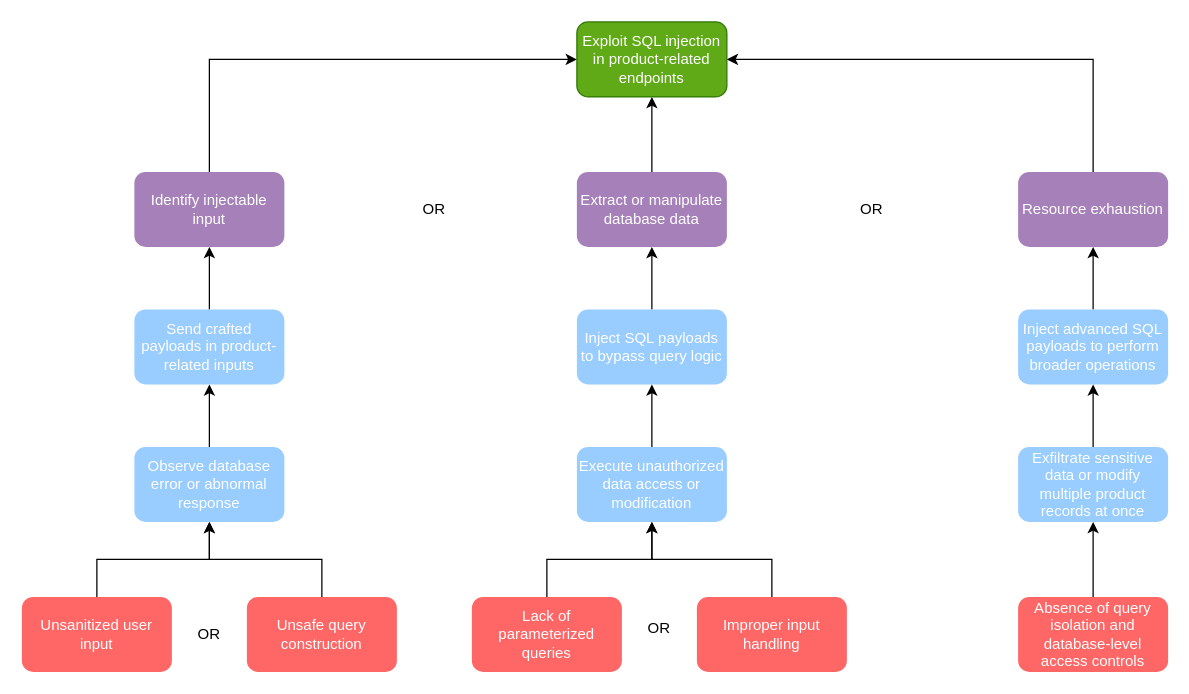
The draw.io diagram docs/attack-trees/joao1220663/Code_Injection_Product_Attack_Tree.drawio in mei-desofs/desofs2026-thu_crr_1, before the edit. Source tidied: cells renumbered, new cells numbered last; positions are measured from the earlier drawing's top-left corner, leaving out a move shared by most shapes. Both pictures are drawn from the tidied source at 125%, with x=0, y=0 at pixel (21, 21).
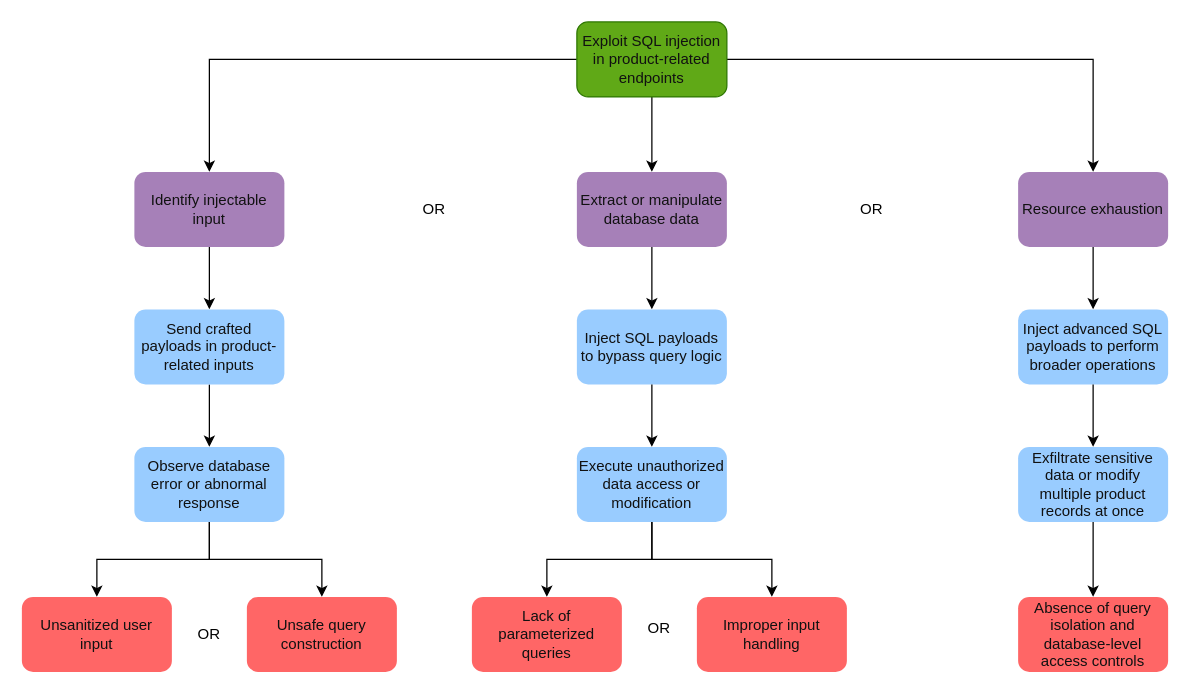
The same diagram, later.

What changed in the source:
```diff
@@
-    <mxCell id="2" style="edgeStyle=orthogonalEdgeStyle;rounded=0;jettySize=auto;html=1;exitX=0.5;exitY=0;exitDx=0;exitDy=0;entryX=0;entryY=0.5;entryDx=0;entryDy=0;" parent="1" edge="1" source="10" target="9">
+    <mxCell id="2" style="edgeStyle=orthogonalEdgeStyle;rounded=0;jettySize=auto;html=1;exitX=0;exitY=0.5;exitDx=0;exitDy=0;entryX=0.5;entryY=0;entryDx=0;entryDy=0;" parent="1" edge="1" source="9" target="10">
       <mxGeometry relative="1" as="geometry">
         <Array as="points">
           <mxPoint x="150" y="30" />
         </Array>
       </mxGeometry>
     </mxCell>
-    <mxCell id="3" style="edgeStyle=orthogonalEdgeStyle;rounded=0;jettySize=auto;html=1;exitX=0.5;exitY=0;exitDx=0;exitDy=0;entryX=0.5;entryY=1;entryDx=0;entryDy=0;" parent="1" edge="1" source="11" target="9">
+    <mxCell id="3" style="edgeStyle=orthogonalEdgeStyle;rounded=0;jettySize=auto;html=1;exitX=0.5;exitY=1;exitDx=0;exitDy=0;entryX=0.5;entryY=0;entryDx=0;entryDy=0;" parent="1" edge="1" source="9" target="11">
       <mxGeometry relative="1" as="geometry" />
     </mxCell>
-    <mxCell id="4" style="edgeStyle=orthogonalEdgeStyle;rounded=0;jettySize=auto;html=1;exitX=0.5;exitY=0;exitDx=0;exitDy=0;entryX=1;entryY=0.5;entryDx=0;entryDy=0;" parent="1" edge="1" source="12" target="9">
+    <mxCell id="4" style="edgeStyle=orthogonalEdgeStyle;rounded=0;jettySize=auto;html=1;exitX=1;exitY=0.5;exitDx=0;exitDy=0;entryX=0.5;entryY=0;entryDx=0;entryDy=0;" parent="1" edge="1" source="9" target="12">
       <mxGeometry relative="1" as="geometry" />
     </mxCell>
-    <mxCell id="5" style="edgeStyle=orthogonalEdgeStyle;rounded=0;jettySize=auto;html=1;exitX=0.5;exitY=0;exitDx=0;exitDy=0;" parent="1" edge="1" source="13">
-      <mxGeometry relative="1" as="geometry">
-        <mxPoint x="150" y="180" as="targetPoint" />
-      </mxGeometry>
+    <mxCell id="5" style="edgeStyle=orthogonalEdgeStyle;rounded=0;jettySize=auto;html=1;exitX=0.5;exitY=1;exitDx=0;exitDy=0;entryX=0.5;entryY=0;entryDx=0;entryDy=0;" parent="1" edge="1" source="10" target="13">
+      <mxGeometry relative="1" as="geometry" />
     </mxCell>
-    <mxCell id="6" style="edgeStyle=orthogonalEdgeStyle;rounded=0;jettySize=auto;html=1;exitX=0.5;exitY=0;exitDx=0;exitDy=0;entryX=0.5;entryY=1;entryDx=0;entryDy=0;exitPerimeter=0;" parent="1" edge="1" source="24" target="13">
+    <mxCell id="6" style="edgeStyle=orthogonalEdgeStyle;rounded=0;jettySize=auto;html=1;exitX=0.5;exitY=1;exitDx=0;exitDy=0;entryX=0.5;entryY=0;entryDx=0;entryDy=0;" parent="1" edge="1" source="13" target="24">
       <mxGeometry relative="1" as="geometry" />
     </mxCell>
-    <mxCell id="7" style="edgeStyle=orthogonalEdgeStyle;rounded=0;jettySize=auto;html=1;exitX=0.5;exitY=0;exitDx=0;exitDy=0;entryX=0.5;entryY=1;entryDx=0;entryDy=0;" parent="1" edge="1" source="14" target="11">
+    <mxCell id="7" style="edgeStyle=orthogonalEdgeStyle;rounded=0;jettySize=auto;html=1;exitX=0.5;exitY=1;exitDx=0;exitDy=0;entryX=0.5;entryY=0;entryDx=0;entryDy=0;" parent="1" edge="1" source="11" target="14">
       <mxGeometry relative="1" as="geometry" />
     </mxCell>
-    <mxCell id="8" style="edgeStyle=orthogonalEdgeStyle;rounded=0;jettySize=auto;html=1;exitX=0.5;exitY=0;exitDx=0;exitDy=0;entryX=0.5;entryY=1;entryDx=0;entryDy=0;" parent="1" edge="1" source="15" target="12">
+    <mxCell id="8" style="edgeStyle=orthogonalEdgeStyle;rounded=0;jettySize=auto;html=1;exitX=0.5;exitY=1;exitDx=0;exitDy=0;entryX=0.5;entryY=0;entryDx=0;entryDy=0;" parent="1" edge="1" source="12" target="15">
       <mxGeometry relative="1" as="geometry" />
     </mxCell>
-    <mxCell id="9" value="Exploit SQL injection in product-related endpoints" style="rounded=1;whiteSpace=wrap;html=1;fillColor=#60a917;fontColor=#ffffff;strokeColor=#2D7600;" parent="1" vertex="1">
+    <mxCell id="9" value="Exploit SQL injection in product-related endpoints" style="rounded=1;whiteSpace=wrap;html=1;fillColor=#60a917;fontColor=#111111;strokeColor=#2D7600;" parent="1" vertex="1">
       <mxGeometry x="444" width="120" height="60" as="geometry" />
     </mxCell>
-    <mxCell id="10" value="Identify injectable input" style="rounded=1;whiteSpace=wrap;html=1;fillColor=#A680B8;fontColor=#FFFFFF;strokeColor=none;" parent="1" vertex="1">
+    <mxCell id="10" value="Identify injectable input" style="rounded=1;whiteSpace=wrap;html=1;fillColor=#A680B8;fontColor=#111111;strokeColor=none;" parent="1" vertex="1">
       <mxGeometry x="90" y="120" width="120" height="60" as="geometry" />
     </mxCell>
-    <mxCell id="11" value="Extract or manipulate database data" style="rounded=1;whiteSpace=wrap;html=1;fillColor=#A680B8;fontColor=#FFFFFF;strokeColor=none;" parent="1" vertex="1">
+    <mxCell id="11" value="Extract or manipulate database data" style="rounded=1;whiteSpace=wrap;html=1;fillColor=#A680B8;fontColor=#111111;strokeColor=none;" parent="1" vertex="1">
       <mxGeometry x="444" y="120" width="120" height="60" as="geometry" />
     </mxCell>
-    <mxCell id="12" value="Resource exhaustion" style="rounded=1;whiteSpace=wrap;html=1;fillColor=#A680B8;fontColor=#FFFFFF;strokeColor=none;" parent="1" vertex="1">
+    <mxCell id="12" value="Resource exhaustion" style="rounded=1;whiteSpace=wrap;html=1;fillColor=#A680B8;fontColor=#111111;strokeColor=none;" parent="1" vertex="1">
       <mxGeometry x="797" y="120" width="120" height="60" as="geometry" />
     </mxCell>
-    <mxCell id="13" value="&lt;div style=&quot;&quot;&gt;Send crafted payloads in product-related inputs&lt;/div&gt;" style="rounded=1;whiteSpace=wrap;html=1;fillColor=#99CCFF;align=center;fontColor=#FFFFFF;strokeColor=none;" parent="1" vertex="1">
+    <mxCell id="13" value="&lt;div style=&quot;&quot;&gt;Send crafted payloads in product-related inputs&lt;/div&gt;" style="rounded=1;whiteSpace=wrap;html=1;fillColor=#99CCFF;align=center;fontColor=#111111;strokeColor=none;" parent="1" vertex="1">
       <mxGeometry x="90" y="230" width="120" height="60" as="geometry" />
     </mxCell>
-    <mxCell id="14" value="Inject SQL payloads to bypass query logic" style="rounded=1;whiteSpace=wrap;html=1;fillColor=#99CCFF;fontColor=#FFFFFF;strokeColor=none;" parent="1" vertex="1">
+    <mxCell id="14" value="Inject SQL payloads to bypass query logic" style="rounded=1;whiteSpace=wrap;html=1;fillColor=#99CCFF;fontColor=#111111;strokeColor=none;" parent="1" vertex="1">
       <mxGeometry x="444" y="230" width="120" height="60" as="geometry" />
     </mxCell>
-    <mxCell id="15" value="Inject advanced SQL payloads to perform broader operations" style="rounded=1;whiteSpace=wrap;html=1;fillColor=#99CCFF;fontColor=#FFFFFF;strokeColor=none;" parent="1" vertex="1">
+    <mxCell id="15" value="Inject advanced SQL payloads to perform broader operations" style="rounded=1;whiteSpace=wrap;html=1;fillColor=#99CCFF;fontColor=#111111;strokeColor=none;" parent="1" vertex="1">
       <mxGeometry x="797" y="230" width="120" height="60" as="geometry" />
     </mxCell>
-    <mxCell id="16" style="edgeStyle=orthogonalEdgeStyle;rounded=0;jettySize=auto;html=1;exitX=0.5;exitY=0;exitDx=0;exitDy=0;entryX=0.5;entryY=1;entryDx=0;entryDy=0;" parent="1" edge="1" source="17" target="24">
+    <mxCell id="16" style="edgeStyle=orthogonalEdgeStyle;rounded=0;jettySize=auto;html=1;exitX=0.5;exitY=1;exitDx=0;exitDy=0;entryX=0.5;entryY=0;entryDx=0;entryDy=0;" parent="1" edge="1" source="24" target="17">
       <mxGeometry relative="1" as="geometry" />
     </mxCell>
-    <mxCell id="17" value="Unsanitized user input" style="rounded=1;whiteSpace=wrap;html=1;fillColor=#FF6666;fontColor=#FFFFFF;strokeColor=none;" parent="1" vertex="1">
+    <mxCell id="17" value="Unsanitized user input" style="rounded=1;whiteSpace=wrap;html=1;fillColor=#FF6666;fontColor=#111111;strokeColor=none;" parent="1" vertex="1">
       <mxGeometry y="460" width="120" height="60" as="geometry" />
     </mxCell>
-    <mxCell id="18" style="edgeStyle=orthogonalEdgeStyle;rounded=0;jettySize=auto;html=1;exitX=0.5;exitY=0;exitDx=0;exitDy=0;entryX=0.5;entryY=1;entryDx=0;entryDy=0;" parent="1" edge="1" source="19" target="29">
+    <mxCell id="18" style="edgeStyle=orthogonalEdgeStyle;rounded=0;jettySize=auto;html=1;exitX=0.5;exitY=1;exitDx=0;exitDy=0;entryX=0.5;entryY=0;entryDx=0;entryDy=0;" parent="1" edge="1" source="29" target="19">
       <mxGeometry relative="1" as="geometry" />
     </mxCell>
-    <mxCell id="19" value="Lack of parameterized queries" style="rounded=1;whiteSpace=wrap;html=1;fillColor=#FF6666;fontColor=#FFFFFF;strokeColor=none;" parent="1" vertex="1">
+    <mxCell id="19" value="Lack of parameterized queries" style="rounded=1;whiteSpace=wrap;html=1;fillColor=#FF6666;fontColor=#111111;strokeColor=none;" parent="1" vertex="1">
       <mxGeometry x="360" y="460" width="120" height="60" as="geometry" />
     </mxCell>
-    <mxCell id="20" style="edgeStyle=orthogonalEdgeStyle;rounded=0;jettySize=auto;html=1;exitX=0.5;exitY=0;exitDx=0;exitDy=0;entryX=0.5;entryY=1;entryDx=0;entryDy=0;" parent="1" edge="1" source="21" target="31">
+    <mxCell id="20" style="edgeStyle=orthogonalEdgeStyle;rounded=0;jettySize=auto;html=1;exitX=0.5;exitY=1;exitDx=0;exitDy=0;entryX=0.5;entryY=0;entryDx=0;entryDy=0;" parent="1" edge="1" source="31" target="21">
       <mxGeometry relative="1" as="geometry" />
     </mxCell>
-    <mxCell id="21" value="Absence of query isolation and database-level access controls" style="rounded=1;whiteSpace=wrap;html=1;fillColor=#FF6666;fontColor=#FFFFFF;strokeColor=none;" parent="1" vertex="1">
+    <mxCell id="21" value="Absence of query isolation and database-level access controls" style="rounded=1;whiteSpace=wrap;html=1;fillColor=#FF6666;fontColor=#111111;strokeColor=none;" parent="1" vertex="1">
       <mxGeometry x="797" y="460" width="120" height="60" as="geometry" />
     </mxCell>
@@
-    <mxCell id="24" value="&lt;div style=&quot;&quot;&gt;Observe database error or abnormal response&lt;/div&gt;" style="rounded=1;whiteSpace=wrap;html=1;fillColor=#99CCFF;align=center;fontColor=#FFFFFF;strokeColor=none;" parent="1" vertex="1">
+    <mxCell id="24" value="&lt;div style=&quot;&quot;&gt;Observe database error or abnormal response&lt;/div&gt;" style="rounded=1;whiteSpace=wrap;html=1;fillColor=#99CCFF;align=center;fontColor=#111111;strokeColor=none;" parent="1" vertex="1">
       <mxGeometry x="90" y="340" width="120" height="60" as="geometry" />
     </mxCell>
-    <mxCell id="25" style="edgeStyle=orthogonalEdgeStyle;rounded=0;jettySize=auto;html=1;exitX=0.5;exitY=0;exitDx=0;exitDy=0;entryX=0.5;entryY=1;entryDx=0;entryDy=0;" parent="1" edge="1" source="26" target="24">
+    <mxCell id="25" style="edgeStyle=orthogonalEdgeStyle;rounded=0;jettySize=auto;html=1;exitX=0.5;exitY=1;exitDx=0;exitDy=0;entryX=0.5;entryY=0;entryDx=0;entryDy=0;" parent="1" edge="1" source="24" target="26">
       <mxGeometry relative="1" as="geometry" />
     </mxCell>
-    <mxCell id="26" value="Unsafe query construction" style="rounded=1;whiteSpace=wrap;html=1;fillColor=#FF6666;fontColor=#FFFFFF;strokeColor=none;" parent="1" vertex="1">
+    <mxCell id="26" value="Unsafe query construction" style="rounded=1;whiteSpace=wrap;html=1;fillColor=#FF6666;fontColor=#111111;strokeColor=none;" parent="1" vertex="1">
       <mxGeometry x="180" y="460" width="120" height="60" as="geometry" />
     </mxCell>
@@
-    <mxCell id="28" style="edgeStyle=orthogonalEdgeStyle;rounded=0;jettySize=auto;html=1;exitX=0.5;exitY=0;exitDx=0;exitDy=0;entryX=0.5;entryY=1;entryDx=0;entryDy=0;" parent="1" edge="1" source="29" target="14">
+    <mxCell id="28" style="edgeStyle=orthogonalEdgeStyle;rounded=0;jettySize=auto;html=1;exitX=0.5;exitY=1;exitDx=0;exitDy=0;entryX=0.5;entryY=0;entryDx=0;entryDy=0;" parent="1" edge="1" source="14" target="29">
       <mxGeometry relative="1" as="geometry" />
     </mxCell>
-    <mxCell id="29" value="&lt;div style=&quot;&quot;&gt;Execute unauthorized data access or modification&lt;/div&gt;" style="rounded=1;whiteSpace=wrap;html=1;fillColor=#99CCFF;align=center;fontColor=#FFFFFF;strokeColor=none;" parent="1" vertex="1">
+    <mxCell id="29" value="&lt;div style=&quot;&quot;&gt;Execute unauthorized data access or modification&lt;/div&gt;" style="rounded=1;whiteSpace=wrap;html=1;fillColor=#99CCFF;align=center;fontColor=#111111;strokeColor=none;" parent="1" vertex="1">
       <mxGeometry x="444" y="340" width="120" height="60" as="geometry" />
     </mxCell>
-    <mxCell id="30" style="edgeStyle=orthogonalEdgeStyle;rounded=0;jettySize=auto;html=1;exitX=0.5;exitY=0;exitDx=0;exitDy=0;entryX=0.5;entryY=1;entryDx=0;entryDy=0;" parent="1" edge="1" source="31" target="15">
+    <mxCell id="30" style="edgeStyle=orthogonalEdgeStyle;rounded=0;jettySize=auto;html=1;exitX=0.5;exitY=1;exitDx=0;exitDy=0;entryX=0.5;entryY=0;entryDx=0;entryDy=0;" parent="1" edge="1" source="15" target="31">
       <mxGeometry relative="1" as="geometry" />
     </mxCell>
-    <mxCell id="31" value="&lt;div style=&quot;&quot;&gt;Exfiltrate sensitive data or modify multiple product records at once&lt;/div&gt;" style="rounded=1;whiteSpace=wrap;html=1;fillColor=#99CCFF;align=center;fontColor=#FFFFFF;strokeColor=none;" parent="1" vertex="1">
+    <mxCell id="31" value="&lt;div style=&quot;&quot;&gt;Exfiltrate sensitive data or modify multiple product records at once&lt;/div&gt;" style="rounded=1;whiteSpace=wrap;html=1;fillColor=#99CCFF;align=center;fontColor=#111111;strokeColor=none;" parent="1" vertex="1">
       <mxGeometry x="797" y="340" width="120" height="60" as="geometry" />
     </mxCell>
-    <mxCell id="32" style="edgeStyle=orthogonalEdgeStyle;rounded=0;jettySize=auto;html=1;exitX=0.5;exitY=0;exitDx=0;exitDy=0;entryX=0.5;entryY=1;entryDx=0;entryDy=0;" parent="1" edge="1" source="33" target="29">
+    <mxCell id="32" style="edgeStyle=orthogonalEdgeStyle;rounded=0;jettySize=auto;html=1;exitX=0.5;exitY=1;exitDx=0;exitDy=0;entryX=0.5;entryY=0;entryDx=0;entryDy=0;" parent="1" edge="1" source="29" target="33">
       <mxGeometry relative="1" as="geometry" />
     </mxCell>
-    <mxCell id="33" value="Improper input handling" style="rounded=1;whiteSpace=wrap;html=1;fillColor=#FF6666;fontColor=#FFFFFF;strokeColor=none;" parent="1" vertex="1">
+    <mxCell id="33" value="Improper input handling" style="rounded=1;whiteSpace=wrap;html=1;fillColor=#FF6666;fontColor=#111111;strokeColor=none;" parent="1" vertex="1">
       <mxGeometry x="540" y="460" width="120" height="60" as="geometry" />
     </mxCell>
```
